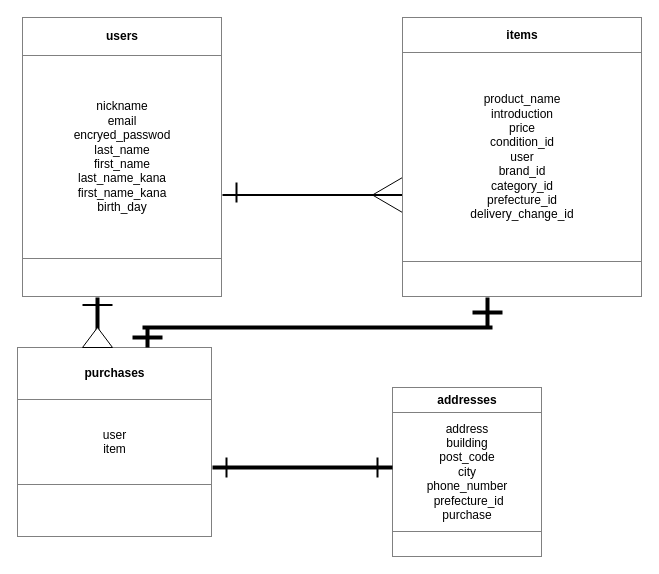
Earlier version of the draw.io diagram frima_er.dio (psycoprogram0832/furima-37824). Source tidied: cells renumbered, new cells numbered last; positions are measured from the earlier drawing's top-left corner, leaving out a move shared by most shapes. Both pictures are drawn from the tidied source at 100%, with x=0, y=0 at pixel (17, 17).
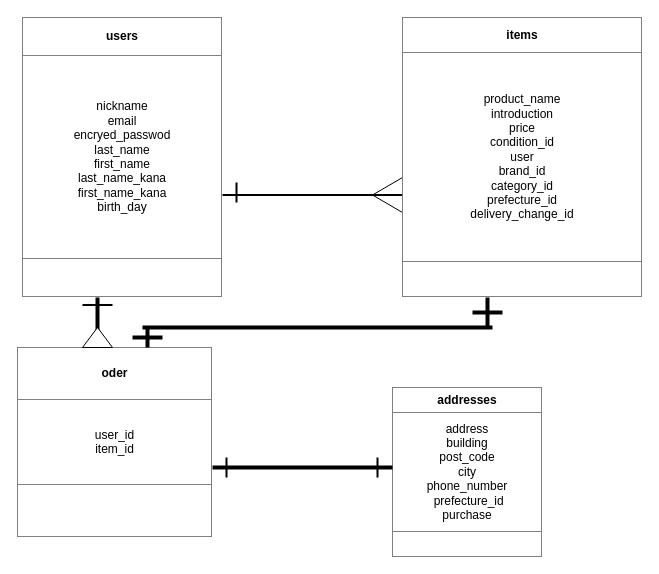
Above is the later version.

What changed in the source:
```diff
@@
 <mxGraphModel>
   <root>
     <mxCell id="0" />
     <mxCell id="1" parent="0" />
     <mxCell id="2" style="triangle;whiteSpace=wrap;html=1;direction=west;" parent="1" vertex="1">
       <mxGeometry x="355" y="160" width="30" height="35" as="geometry" />
     </mxCell>
     <mxCell id="3" value="&lt;table border=&quot;1&quot; width=&quot;100%&quot; cellpadding=&quot;4&quot; style=&quot;width: 100% ; height: 100% ; border-collapse: collapse&quot;&gt;&lt;tbody&gt;&lt;tr&gt;&lt;th align=&quot;center&quot;&gt;users&lt;/th&gt;&lt;/tr&gt;&lt;tr&gt;&lt;td align=&quot;center&quot;&gt;nickname&lt;br&gt;email&lt;br&gt;encryed_passwod&lt;br&gt;last_name&lt;br&gt;first_name&lt;br&gt;last_name_kana&lt;br&gt;first_name_kana&lt;br&gt;birth_day&lt;br&gt;&lt;/td&gt;&lt;/tr&gt;&lt;tr&gt;&lt;td align=&quot;center&quot;&gt;&lt;br&gt;&lt;/td&gt;&lt;/tr&gt;&lt;/tbody&gt;&lt;/table&gt;" style="text;html=1;strokeColor=none;fillColor=none;overflow=fill;" parent="1" vertex="1">
       <mxGeometry x="5" width="200" height="280" as="geometry" />
     </mxCell>
     <mxCell id="4" value="&lt;table border=&quot;1&quot; width=&quot;100%&quot; cellpadding=&quot;4&quot; style=&quot;width: 100% ; height: 100% ; border-collapse: collapse&quot;&gt;&lt;tbody&gt;&lt;tr&gt;&lt;th align=&quot;center&quot;&gt;addresses&lt;/th&gt;&lt;/tr&gt;&lt;tr&gt;&lt;td align=&quot;center&quot;&gt;address&lt;br&gt;building&lt;br&gt;post_code&lt;br&gt;city&lt;br&gt;phone_number&lt;br&gt;&amp;nbsp;prefecture_id&lt;br&gt;purchase&lt;/td&gt;&lt;/tr&gt;&lt;tr&gt;&lt;td align=&quot;center&quot;&gt;&lt;br&gt;&lt;/td&gt;&lt;/tr&gt;&lt;/tbody&gt;&lt;/table&gt;" style="text;html=1;strokeColor=none;fillColor=none;overflow=fill;" parent="1" vertex="1">
       <mxGeometry x="375" y="370" width="150" height="170" as="geometry" />
     </mxCell>
     <mxCell id="5" style="line;strokeWidth=2;html=1;" parent="1" vertex="1">
       <mxGeometry x="205" y="172.5" width="180" height="10" as="geometry" />
     </mxCell>
     <mxCell id="6" style="line;strokeWidth=2;html=1;direction=north;" parent="1" vertex="1">
       <mxGeometry x="214" y="165" width="10" height="20" as="geometry" />
     </mxCell>
     <mxCell id="7" style="line;strokeWidth=4;direction=south;html=1;perimeter=backbonePerimeter;" parent="1" vertex="1">
       <mxGeometry x="75" y="280" width="10" height="50" as="geometry" />
     </mxCell>
     <mxCell id="8" style="line;strokeWidth=2;html=1;" parent="1" vertex="1">
       <mxGeometry x="65" y="282.5" width="30" height="10" as="geometry" />
     </mxCell>
-    <mxCell id="9" value="&lt;table border=&quot;1&quot; width=&quot;100%&quot; cellpadding=&quot;4&quot; style=&quot;width: 100% ; height: 100% ; border-collapse: collapse&quot;&gt;&lt;tbody&gt;&lt;tr&gt;&lt;th align=&quot;center&quot;&gt;purchases&lt;/th&gt;&lt;/tr&gt;&lt;tr&gt;&lt;td align=&quot;center&quot;&gt;user&lt;br&gt;item&lt;/td&gt;&lt;/tr&gt;&lt;tr&gt;&lt;td align=&quot;center&quot;&gt;&lt;br&gt;&lt;/td&gt;&lt;/tr&gt;&lt;/tbody&gt;&lt;/table&gt;" style="text;html=1;strokeColor=none;fillColor=none;overflow=fill;" parent="1" vertex="1">
+    <mxCell id="9" value="&lt;table border=&quot;1&quot; width=&quot;100%&quot; cellpadding=&quot;4&quot; style=&quot;width: 100% ; height: 100% ; border-collapse: collapse&quot;&gt;&lt;tbody&gt;&lt;tr&gt;&lt;th align=&quot;center&quot;&gt;oder&lt;/th&gt;&lt;/tr&gt;&lt;tr&gt;&lt;td align=&quot;center&quot;&gt;user_id&lt;br&gt;item_id&lt;/td&gt;&lt;/tr&gt;&lt;tr&gt;&lt;td align=&quot;center&quot;&gt;&lt;br&gt;&lt;/td&gt;&lt;/tr&gt;&lt;/tbody&gt;&lt;/table&gt;" style="text;html=1;strokeColor=none;fillColor=none;overflow=fill;" parent="1" vertex="1">
       <mxGeometry y="330" width="195" height="190" as="geometry" />
     </mxCell>
     <mxCell id="10" style="line;strokeWidth=4;html=1;perimeter=backbonePerimeter;" parent="1" vertex="1">
       <mxGeometry x="125" y="305" width="350" height="10" as="geometry" />
     </mxCell>
     <mxCell id="11" style="line;strokeWidth=4;html=1;perimeter=backbonePerimeter;direction=south;" parent="1" vertex="1">
       <mxGeometry x="465" y="280" width="10" height="30" as="geometry" />
     </mxCell>
     <mxCell id="12" style="line;strokeWidth=4;html=1;perimeter=backbonePerimeter;direction=south;" parent="1" vertex="1">
       <mxGeometry x="125" y="310" width="10" height="20" as="geometry" />
     </mxCell>
     <mxCell id="13" style="line;strokeWidth=4;direction=west;html=1;perimeter=backbonePerimeter;" parent="1" vertex="1">
       <mxGeometry x="455" y="290" width="30" height="10" as="geometry" />
     </mxCell>
     <mxCell id="14" style="line;strokeWidth=4;html=1;perimeter=backbonePerimeter;" parent="1" vertex="1">
       <mxGeometry x="115" y="315" width="30" height="10" as="geometry" />
     </mxCell>
     <mxCell id="15" style="line;strokeWidth=4;html=1;perimeter=backbonePerimeter;" parent="1" vertex="1">
       <mxGeometry x="195" y="445" width="180" height="10" as="geometry" />
     </mxCell>
     <mxCell id="16" style="line;strokeWidth=2;direction=south;html=1;" parent="1" vertex="1">
       <mxGeometry x="204" y="440" width="10" height="20" as="geometry" />
     </mxCell>
     <mxCell id="17" style="line;strokeWidth=2;direction=south;html=1;" parent="1" vertex="1">
       <mxGeometry x="355" y="440" width="10" height="20" as="geometry" />
     </mxCell>
     <mxCell id="18" style="triangle;whiteSpace=wrap;html=1;direction=north;" parent="1" vertex="1">
       <mxGeometry x="65" y="310" width="30" height="20" as="geometry" />
     </mxCell>
     <mxCell id="19" value="&lt;table border=&quot;1&quot; width=&quot;100%&quot; cellpadding=&quot;4&quot; style=&quot;width: 100% ; height: 100% ; border-collapse: collapse&quot;&gt;&lt;tbody&gt;&lt;tr&gt;&lt;th align=&quot;center&quot;&gt;items&lt;/th&gt;&lt;/tr&gt;&lt;tr&gt;&lt;td align=&quot;center&quot;&gt;product_name&lt;br&gt;introduction&lt;br&gt;price&lt;br&gt;condition_id&lt;br&gt;user&lt;br&gt;brand_id&lt;br&gt;category_id&lt;br&gt;prefecture_id&lt;br&gt;delivery_change_id&lt;/td&gt;&lt;/tr&gt;&lt;tr&gt;&lt;td align=&quot;center&quot;&gt;&lt;br&gt;&lt;/td&gt;&lt;/tr&gt;&lt;/tbody&gt;&lt;/table&gt;" style="text;html=1;strokeColor=none;fillColor=none;overflow=fill;" parent="1" vertex="1">
       <mxGeometry x="385" width="240" height="280" as="geometry" />
     </mxCell>
   </root>
 </mxGraphModel>
```
